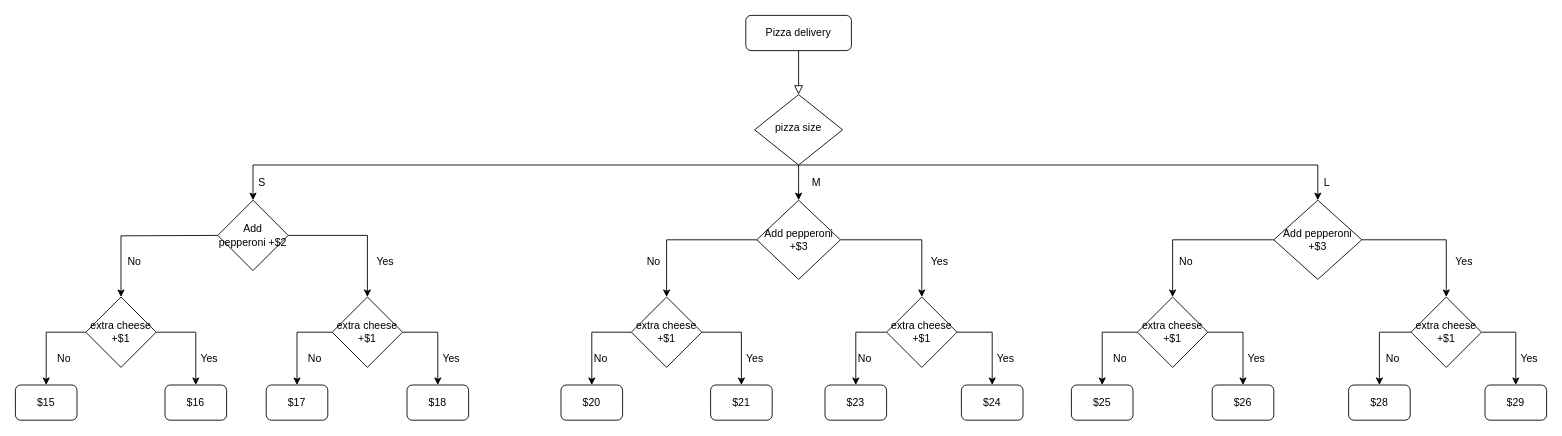
Above: Untitled Diagram.drawio in VilJL/Leap-year-program (draw.io), before the change. Source tidied: cells renumbered, new cells numbered last; positions are measured from the earlier drawing's top-left corner, leaving out a move shared by most shapes. Both pictures are drawn from the tidied source at 88%, with x=0, y=0 at pixel (15, 15).
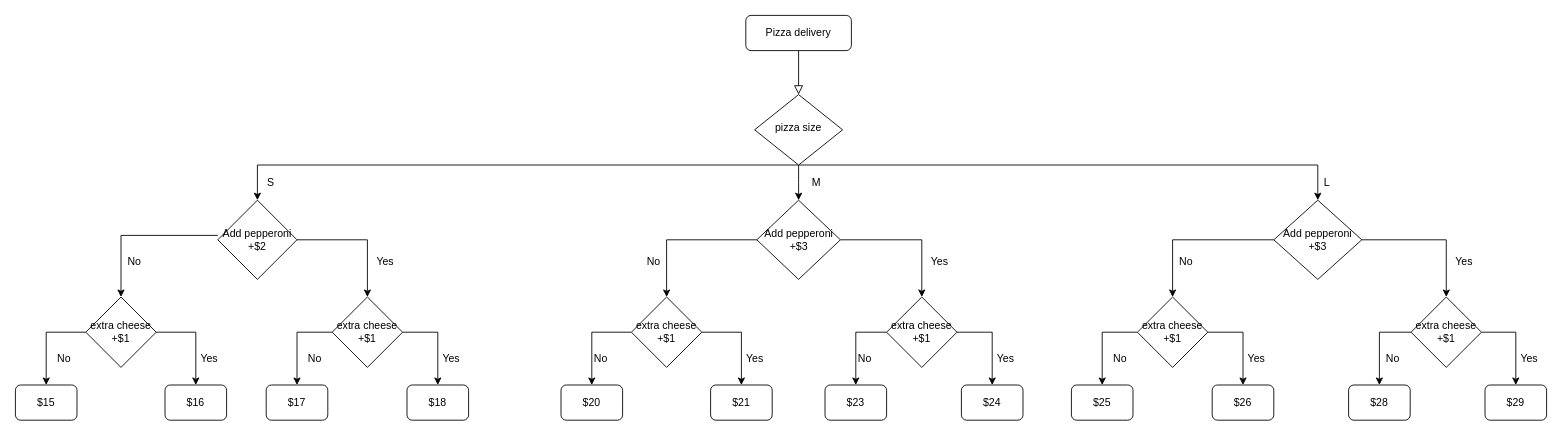
Above is the later version.

Commit message:
pizza pricing Diagram.drawio

The change refers to these unchanged cells:
```xml
<mxCell id="7" value="pizza size" style="rhombus;whiteSpace=wrap;html=1;shadow=0;fontFamily=Helvetica;fontSize=12;align=center;strokeWidth=1;spacing=6;spacingTop=-4;" parent="1" vertex="1">
  <mxGeometry x="840" y="90" width="100" height="80" as="geometry" />
</mxCell>
<mxCell id="19" value="Add pepperoni +$3" style="rhombus;whiteSpace=wrap;html=1;" parent="1" vertex="1">
  <mxGeometry x="1430" y="210" width="100" height="90" as="geometry" />
</mxCell>
<mxCell id="28" value="extra cheese +$1" style="rhombus;whiteSpace=wrap;html=1;" parent="1" vertex="1">
  <mxGeometry x="80" y="320" width="80" height="80" as="geometry" />
</mxCell>
```

Change to the diagram source:
```diff
@@
     <mxCell id="4" style="edgeStyle=orthogonalEdgeStyle;rounded=0;jettySize=auto;html=1;entryX=0.5;entryY=0;entryDx=0;entryDy=0;exitX=0.5;exitY=1;exitDx=0;exitDy=0;" parent="1" edge="1" source="7" target="13">
       <mxGeometry relative="1" as="geometry">
         <Array as="points">
-          <mxPoint x="270" y="170" />
+          <mxPoint x="275" y="170" />
         </Array>
       </mxGeometry>
     </mxCell>
-    <mxCell id="5" style="edgeStyle=orthogonalEdgeStyle;rounded=0;jettySize=auto;html=1;entryX=0.5;entryY=0;entryDx=0;entryDy=0;" parent="1" edge="1" source="7" target="19">
+    <mxCell id="5" style="edgeStyle=orthogonalEdgeStyle;rounded=0;jettySize=auto;html=1;entryX=0.5;entryY=0;entryDx=0;entryDy=0;exitX=0.5;exitY=1;exitDx=0;exitDy=0;" parent="1" edge="1" source="7" target="19">
       <mxGeometry relative="1" as="geometry">
         <Array as="points">
           <mxPoint x="1480" y="170" />
         </Array>
       </mxGeometry>
     </mxCell>
@@
     <mxCell id="8" value="S" style="text;html=1;align=center;verticalAlign=middle;" parent="1" vertex="1">
-      <mxGeometry x="270" y="180" width="20" height="20" as="geometry" />
+      <mxGeometry x="280" y="180" width="20" height="20" as="geometry" />
     </mxCell>
@@
     <mxCell id="11" style="edgeStyle=orthogonalEdgeStyle;rounded=0;jettySize=auto;html=1;entryX=0.5;entryY=0;entryDx=0;entryDy=0;" parent="1" edge="1" target="28">
       <mxGeometry relative="1" as="geometry">
         <mxPoint x="230" y="250" as="sourcePoint" />
+        <Array as="points">
+          <mxPoint x="120" y="250" />
+        </Array>
       </mxGeometry>
     </mxCell>
@@
     <mxCell id="13" value="Add pepperoni +$2" style="rhombus;whiteSpace=wrap;html=1;" parent="1" vertex="1">
-      <mxGeometry x="230" y="210" width="80" height="80" as="geometry" />
+      <mxGeometry x="230" y="210" width="90" height="90" as="geometry" />
     </mxCell>
```
